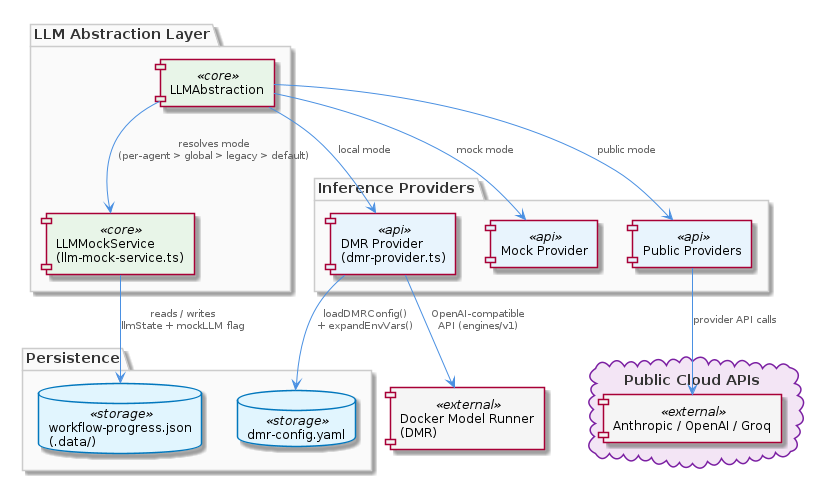
fwornle/coding keeps this PlantUML diagram as knowledge-management/insights/images/llmabstraction-architecture.png. Above is the earlier version. Its source is kept beside it as .data/knowledge-graph/insights/puml/llmabstraction-architecture.puml.
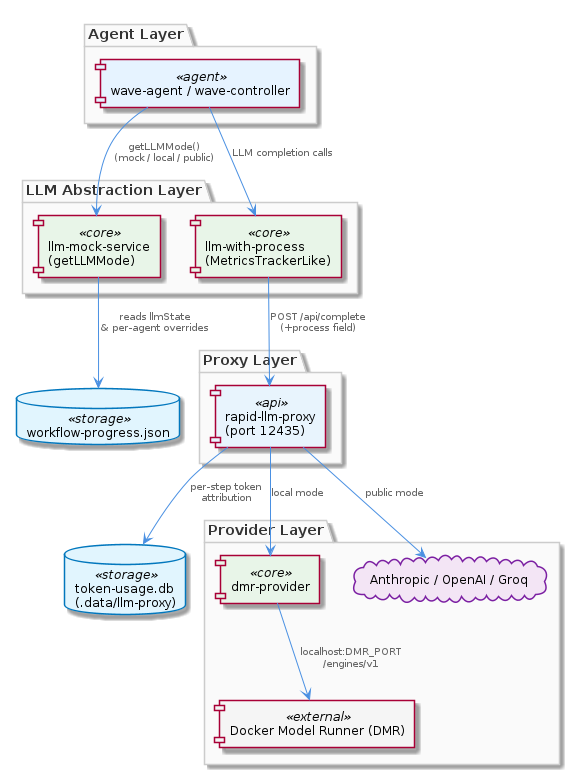
After the change.

The edit, as a diff of the source:
```diff
@@ -1,36 +1,35 @@
 @startuml
 !include /coding/docs/puml/_standard-style.puml
 
-package "LLM Abstraction Layer" {
-  component "LLMAbstraction" as llmabs <<core>>
-  component "LLMMockService\n(llm-mock-service.ts)" as mockSvc <<core>>
+package "Agent Layer" {
+  component "wave-agent / wave-controller" as waveAgent <<agent>>
 }
 
-package "Inference Providers" {
-  component "DMR Provider\n(dmr-provider.ts)" as dmrProv <<api>>
-  component "Mock Provider" as mockProv <<api>>
-  component "Public Providers" as pubProv <<api>>
+package "LLM Abstraction Layer" {
+  component "llm-mock-service\n(getLLMMode)" as mockService <<core>>
+  component "llm-with-process\n(MetricsTrackerLike)" as llmProcess <<core>>
 }
 
-package "Persistence" {
-  database "workflow-progress.json\n(.data/)" as wpJson <<storage>>
-  database "dmr-config.yaml" as dmrCfg <<storage>>
+package "Proxy Layer" {
+  component "rapid-llm-proxy\n(port 12435)" as proxy <<api>>
 }
 
-cloud "Public Cloud APIs" as cloudGroup {
-  component "Anthropic / OpenAI / Groq" as cloudApis <<external>>
+package "Provider Layer" {
+  component "dmr-provider" as dmrProvider <<core>>
+  cloud "Anthropic / OpenAI / Groq" as publicAPIs
+  component "Docker Model Runner (DMR)" as dmr <<external>>
 }
 
-component "Docker Model Runner\n(DMR)" as dmr <<external>>
+database "workflow-progress.json" as workflowConfig <<storage>>
+database "token-usage.db\n(.data/llm-proxy)" as tokenDb <<storage>>
 
-llmabs --> mockSvc : "resolves mode\n(per-agent > global > legacy > default)"
-llmabs --> dmrProv : "local mode"
-llmabs --> mockProv : "mock mode"
-llmabs --> pubProv : "public mode"
-
-mockSvc --> wpJson : "reads / writes\nllmState + mockLLM flag"
-dmrProv --> dmrCfg : "loadDMRConfig()\n+ expandEnvVars()"
-dmrProv --> dmr : "OpenAI-compatible\nAPI (engines/v1)"
-pubProv --> cloudApis : "provider API calls"
+waveAgent --> mockService : "getLLMMode()\n(mock / local / public)"
+waveAgent --> llmProcess : "LLM completion calls"
+mockService --> workflowConfig : "reads llmState\n& per-agent overrides"
+llmProcess --> proxy : "POST /api/complete\n(+process field)"
+proxy --> dmrProvider : "local mode"
+proxy --> publicAPIs : "public mode"
+dmrProvider --> dmr : "localhost:DMR_PORT\n/engines/v1"
+proxy --> tokenDb : "per-step token\nattribution"
 
 @enduml
```
